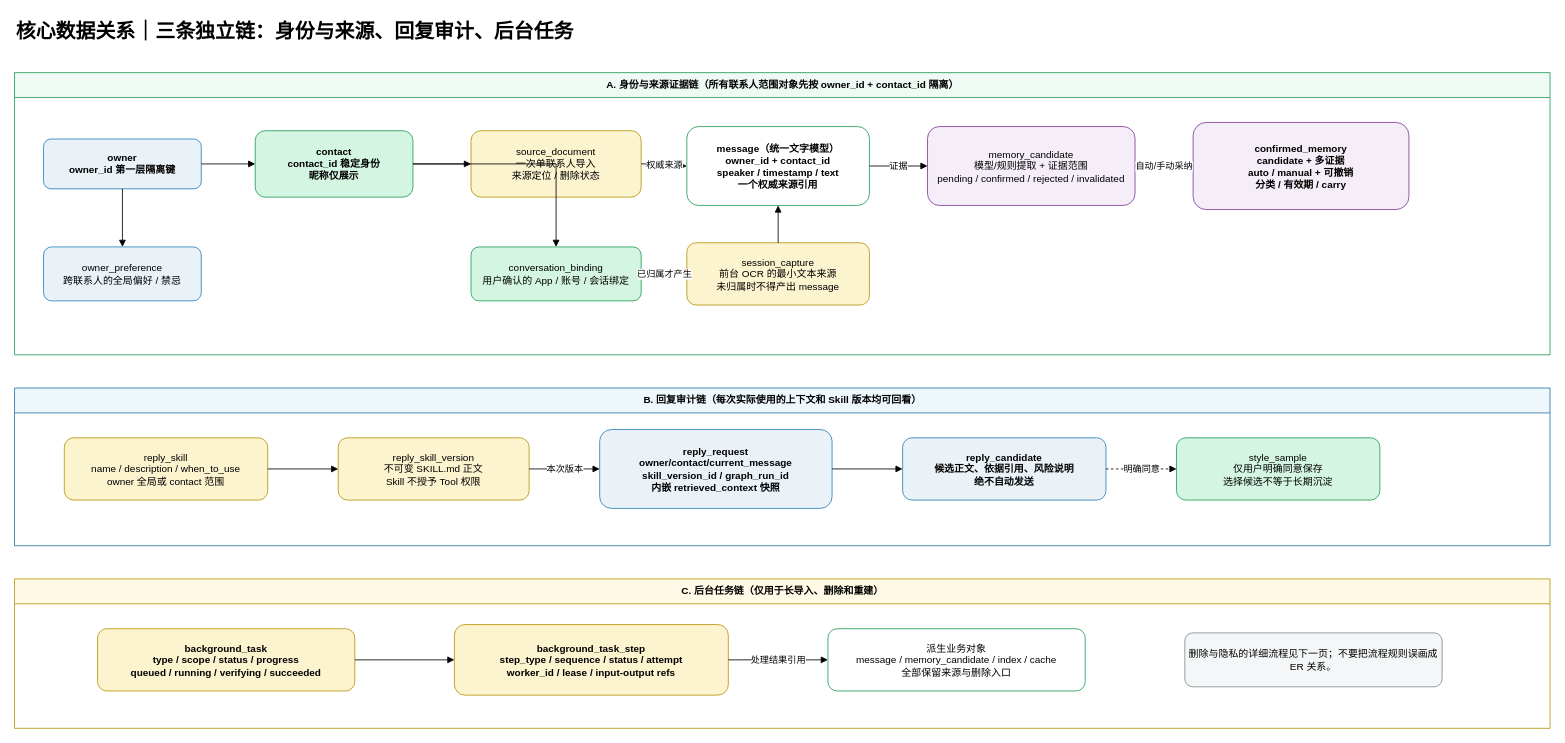
This is page "04-核心数据关系" (4 of 5) of architecture/notalone-system-architecture.drawio from Aqua-ava/NotAlone, a draw.io file, before an edit. Source tidied: cells renumbered, new cells numbered last; positions are measured from the earlier drawing's top-left corner, leaving out a move shared by most shapes. Both pictures are drawn from the tidied source at 83%, with x=0, y=0 at pixel (14, 14).
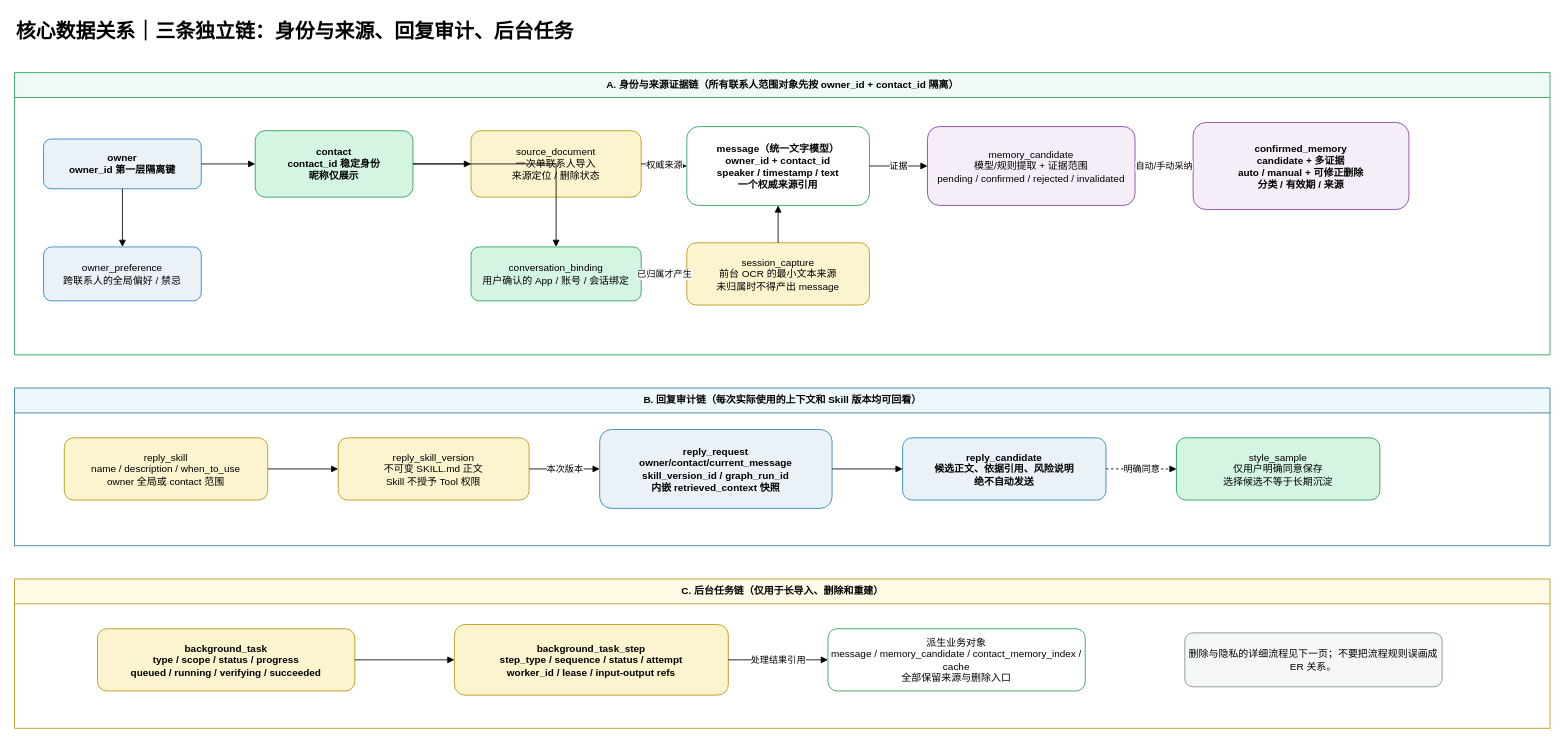
After the change.

Change to the diagram source:
```diff
@@
-    <mxCell id="12" value="confirmed_memory&#10;candidate + 多证据&#10;auto / manual + 可撤销&#10;分类 / 有效期 / carry" style="rounded=1;whiteSpace=wrap;html=1;fillColor=#f5eef8;strokeColor=#7d3c98;fontStyle=1;" parent="1" vertex="1">
+    <mxCell id="12" value="confirmed_memory&#10;candidate + 多证据&#10;auto / manual + 可修正删除&#10;分类 / 有效期 / 来源" style="rounded=1;whiteSpace=wrap;html=1;fillColor=#f5eef8;strokeColor=#7d3c98;fontStyle=1;" parent="1" vertex="1">
       <mxGeometry x="1420" y="130" width="260" height="105" as="geometry" />
     </mxCell>
@@
-    <mxCell id="22" value="派生业务对象&#10;message / memory_candidate / index / cache&#10;全部保留来源与删除入口" style="rounded=1;whiteSpace=wrap;html=1;fillColor=#ffffff;strokeColor=#239b56;" parent="1" vertex="1">
+    <mxCell id="22" value="派生业务对象&#10;message / memory_candidate / contact_memory_index / cache&#10;全部保留来源与删除入口" style="rounded=1;whiteSpace=wrap;html=1;fillColor=#ffffff;strokeColor=#239b56;" parent="1" vertex="1">
       <mxGeometry x="980" y="740" width="310" height="75" as="geometry" />
     </mxCell>
```
